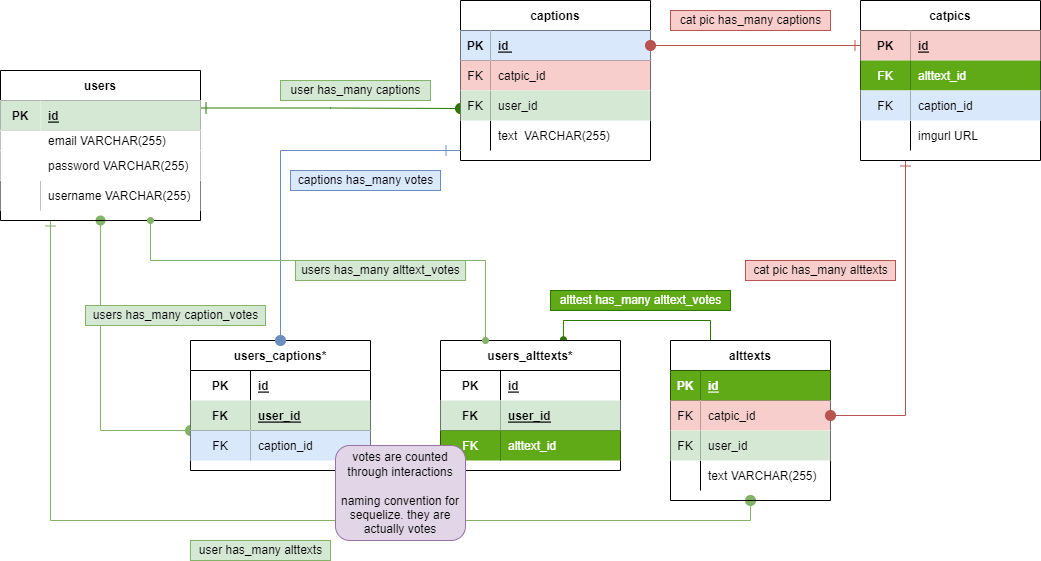
Earlier version of the draw.io export pitchimgs/ERD.drawio.png (kokopuffz/Project2). Source tidied: cells renumbered, new cells last; positions are measured from the earlier drawing's top-left corner, leaving out a move shared by most shapes.
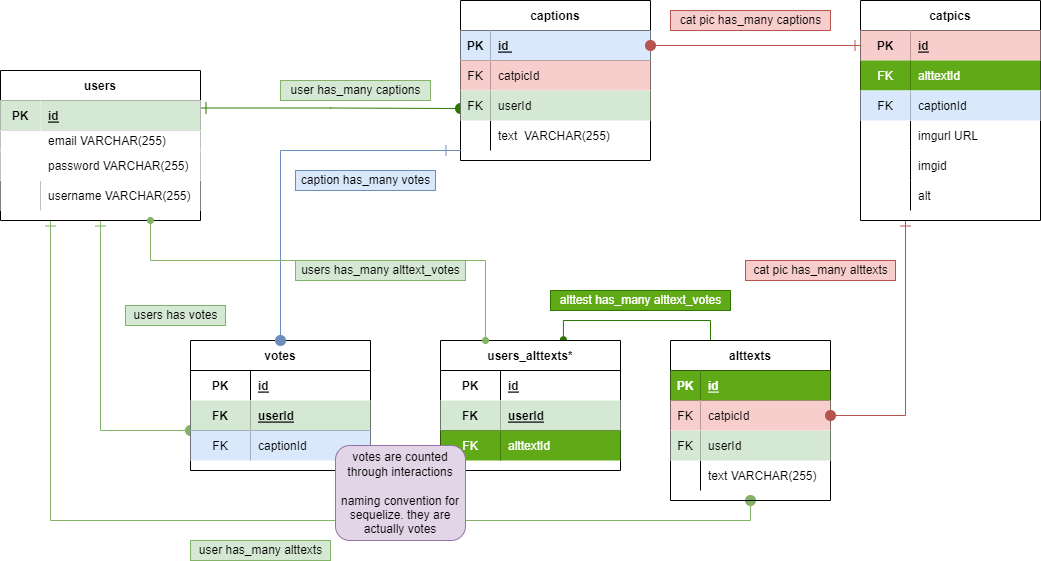
After the change.

Change to the diagram source:
```diff
@@ -7,7 +7,7 @@
         <mxPoint x="460" y="108" as="targetPoint" />
       </mxGeometry>
     </mxCell>
-    <mxCell id="3" style="edgeStyle=orthogonalEdgeStyle;rounded=0;jettySize=auto;html=1;exitX=0.5;exitY=1;exitDx=0;exitDy=0;startArrow=oval;startFill=1;endArrow=oval;endFill=1;startSize=9;endSize=10;strokeWidth=1;fillColor=#d5e8d4;strokeColor=#82b366;" parent="1" edge="1" source="5" target="49">
+    <mxCell id="3" style="edgeStyle=orthogonalEdgeStyle;rounded=0;jettySize=auto;html=1;exitX=0.5;exitY=1;exitDx=0;exitDy=0;startArrow=ERone;startFill=0;endArrow=oval;endFill=1;startSize=9;endSize=10;strokeWidth=1;fillColor=#d5e8d4;strokeColor=#82b366;" parent="1" edge="1" source="5" target="49">
       <mxGeometry relative="1" as="geometry">
         <Array as="points">
           <mxPoint x="100" y="430" />
@@ -74,7 +74,7 @@
     <mxCell id="23" value="FK" style="shape=partialRectangle;fillColor=#f8cecc;top=0;left=0;bottom=0;right=0;fontStyle=0;overflow=hidden;strokeColor=#b85450;" parent="22" vertex="1">
       <mxGeometry width="30" height="30" as="geometry" />
     </mxCell>
-    <mxCell id="24" value="catpic_id" style="shape=partialRectangle;fillColor=#f8cecc;top=0;left=0;bottom=0;right=0;align=left;spacingLeft=6;fontStyle=0;overflow=hidden;strokeColor=#b85450;" parent="22" vertex="1">
+    <mxCell id="24" value="catpicId" style="shape=partialRectangle;fillColor=#f8cecc;top=0;left=0;bottom=0;right=0;align=left;spacingLeft=6;fontStyle=0;overflow=hidden;strokeColor=#b85450;" parent="22" vertex="1">
       <mxGeometry x="30" width="160" height="30" as="geometry" />
     </mxCell>
     <mxCell id="25" style="shape=tableRow;horizontal=0;startSize=0;swimlaneHead=0;swimlaneBody=0;fillColor=none;top=0;left=0;right=0;bottom=0;" parent="18" vertex="1">
@@ -83,7 +83,7 @@
     <mxCell id="26" value="FK" style="shape=partialRectangle;fillColor=#d5e8d4;top=0;left=0;bottom=0;right=0;fontStyle=0;overflow=hidden;strokeColor=#82b366;" parent="25" vertex="1">
       <mxGeometry width="30" height="30" as="geometry" />
     </mxCell>
-    <mxCell id="27" value="user_id " style="shape=partialRectangle;fillColor=#d5e8d4;top=0;left=0;bottom=0;right=0;align=left;spacingLeft=6;fontStyle=0;overflow=hidden;strokeColor=#82b366;" parent="25" vertex="1">
+    <mxCell id="27" value="userId" style="shape=partialRectangle;fillColor=#d5e8d4;top=0;left=0;bottom=0;right=0;align=left;spacingLeft=6;fontStyle=0;overflow=hidden;strokeColor=#82b366;" parent="25" vertex="1">
       <mxGeometry x="30" width="160" height="30" as="geometry" />
     </mxCell>
     <mxCell id="28" style="shape=tableRow;horizontal=0;startSize=0;swimlaneHead=0;swimlaneBody=0;fillColor=none;top=0;left=0;right=0;bottom=0;" parent="18" vertex="1">
@@ -116,7 +116,7 @@
     <mxCell id="37" value="FK" style="shape=partialRectangle;fillColor=#f8cecc;top=0;left=0;bottom=0;right=0;fontStyle=0;overflow=hidden;strokeColor=#b85450;" parent="36" vertex="1">
       <mxGeometry width="30" height="30" as="geometry" />
     </mxCell>
-    <mxCell id="38" value="catpic_id " style="shape=partialRectangle;fillColor=#f8cecc;top=0;left=0;bottom=0;right=0;align=left;spacingLeft=6;fontStyle=0;overflow=hidden;strokeColor=#b85450;" parent="36" vertex="1">
+    <mxCell id="38" value="catpicId" style="shape=partialRectangle;fillColor=#f8cecc;top=0;left=0;bottom=0;right=0;align=left;spacingLeft=6;fontStyle=0;overflow=hidden;strokeColor=#b85450;" parent="36" vertex="1">
       <mxGeometry x="30" width="130" height="30" as="geometry" />
     </mxCell>
     <mxCell id="39" style="shape=tableRow;horizontal=0;startSize=0;swimlaneHead=0;swimlaneBody=0;fillColor=none;top=0;left=0;right=0;bottom=0;" parent="32" vertex="1">
@@ -125,7 +125,7 @@
     <mxCell id="40" value="FK" style="shape=partialRectangle;fillColor=#d5e8d4;top=0;left=0;bottom=0;right=0;fontStyle=0;overflow=hidden;strokeColor=#82b366;" parent="39" vertex="1">
       <mxGeometry width="30" height="30" as="geometry" />
     </mxCell>
-    <mxCell id="41" value="user_id" style="shape=partialRectangle;fillColor=#d5e8d4;top=0;left=0;bottom=0;right=0;align=left;spacingLeft=6;fontStyle=0;overflow=hidden;strokeColor=#82b366;" parent="39" vertex="1">
+    <mxCell id="41" value="userId" style="shape=partialRectangle;fillColor=#d5e8d4;top=0;left=0;bottom=0;right=0;align=left;spacingLeft=6;fontStyle=0;overflow=hidden;strokeColor=#82b366;" parent="39" vertex="1">
       <mxGeometry x="30" width="130" height="30" as="geometry" />
     </mxCell>
     <mxCell id="42" style="shape=tableRow;horizontal=0;startSize=0;swimlaneHead=0;swimlaneBody=0;fillColor=none;top=0;left=0;right=0;bottom=0;" parent="32" vertex="1">
@@ -137,7 +137,7 @@
     <mxCell id="44" value="text VARCHAR(255)" style="shape=partialRectangle;fillColor=none;top=0;left=0;bottom=0;right=0;align=left;spacingLeft=6;overflow=hidden;" parent="42" vertex="1">
       <mxGeometry x="30" width="130" height="30" as="geometry" />
     </mxCell>
-    <mxCell id="45" value="users_captions*" style="shape=table;startSize=30;rowLines=0;fontStyle=1;align=center;fillColor=#FFFFFF;" parent="1" vertex="1">
+    <mxCell id="45" value="votes" style="shape=table;startSize=30;rowLines=0;fontStyle=1;align=center;fillColor=#FFFFFF;" parent="1" vertex="1">
       <mxGeometry x="190" y="340" width="180" height="130" as="geometry" />
     </mxCell>
     <mxCell id="46" style="shape=tableRow;horizontal=0;startSize=0;swimlaneHead=0;swimlaneBody=0;fillColor=none;top=0;left=0;right=0;bottom=0;" parent="45" vertex="1">
@@ -155,7 +155,7 @@
     <mxCell id="50" value="FK" style="shape=partialRectangle;fillColor=#d5e8d4;top=0;left=0;bottom=0;right=0;fontStyle=1;overflow=hidden;strokeColor=#82b366;" parent="49" vertex="1">
       <mxGeometry width="60" height="30" as="geometry" />
     </mxCell>
-    <mxCell id="51" value="user_id" style="shape=partialRectangle;fillColor=#d5e8d4;top=0;left=0;bottom=0;right=0;align=left;spacingLeft=6;fontStyle=5;overflow=hidden;strokeColor=#82b366;" parent="49" vertex="1">
+    <mxCell id="51" value="userId" style="shape=partialRectangle;fillColor=#d5e8d4;top=0;left=0;bottom=0;right=0;align=left;spacingLeft=6;fontStyle=5;overflow=hidden;strokeColor=#82b366;" parent="49" vertex="1">
       <mxGeometry x="60" width="120" height="30" as="geometry" />
     </mxCell>
     <mxCell id="52" style="shape=tableRow;horizontal=0;startSize=0;swimlaneHead=0;swimlaneBody=0;fillColor=none;top=0;left=0;right=0;bottom=0;" parent="45" vertex="1">
@@ -164,14 +164,14 @@
     <mxCell id="53" value="FK" style="shape=partialRectangle;fillColor=#dae8fc;top=0;left=0;bottom=0;right=0;overflow=hidden;strokeColor=#6c8ebf;" parent="52" vertex="1">
       <mxGeometry width="60" height="30" as="geometry" />
     </mxCell>
-    <mxCell id="54" value="caption_id" style="shape=partialRectangle;fillColor=#dae8fc;top=0;left=0;bottom=0;right=0;align=left;spacingLeft=6;overflow=hidden;strokeColor=#6c8ebf;" parent="52" vertex="1">
+    <mxCell id="54" value="captionId" style="shape=partialRectangle;fillColor=#dae8fc;top=0;left=0;bottom=0;right=0;align=left;spacingLeft=6;overflow=hidden;strokeColor=#6c8ebf;" parent="52" vertex="1">
       <mxGeometry x="60" width="120" height="30" as="geometry" />
     </mxCell>
     <mxCell id="55" style="edgeStyle=orthogonalEdgeStyle;rounded=0;jettySize=auto;html=1;exitX=0.25;exitY=1;exitDx=0;exitDy=0;entryX=1;entryY=0.5;entryDx=0;entryDy=0;startArrow=ERone;startFill=0;endArrow=oval;endFill=1;startSize=9;endSize=10;strokeWidth=1;fillColor=#f8cecc;strokeColor=#b85450;" parent="1" edge="1" source="56" target="36">
       <mxGeometry relative="1" as="geometry" />
     </mxCell>
     <mxCell id="56" value="catpics" style="shape=table;startSize=30;rowLines=0;fontStyle=1;align=center;fillColor=#FFFFFF;" parent="1" vertex="1">
-      <mxGeometry x="860" width="180" height="160" as="geometry" />
+      <mxGeometry x="860" width="180" height="220" as="geometry" />
     </mxCell>
     <mxCell id="57" style="shape=tableRow;horizontal=0;startSize=0;swimlaneHead=0;swimlaneBody=0;fillColor=none;points=[[0,0.5],[1,0.5]];portConstraint=eastwest;top=0;left=0;right=0;bottom=0;" parent="56" vertex="1">
       <mxGeometry y="30" width="180" height="30" as="geometry" />
@@ -188,7 +188,7 @@
     <mxCell id="61" value="FK" style="shape=partialRectangle;fillColor=#60a917;top=0;left=0;bottom=0;right=0;fontStyle=0;overflow=hidden;fontColor=#ffffff;strokeColor=#2D7600;" parent="60" vertex="1">
       <mxGeometry width="50" height="30" as="geometry" />
     </mxCell>
-    <mxCell id="62" value="alttext_id " style="shape=partialRectangle;fillColor=#60a917;top=0;left=0;bottom=0;right=0;align=left;spacingLeft=6;fontStyle=0;overflow=hidden;fontColor=#ffffff;strokeColor=#2D7600;" parent="60" vertex="1">
+    <mxCell id="62" value="alttextId " style="shape=partialRectangle;fillColor=#60a917;top=0;left=0;bottom=0;right=0;align=left;spacingLeft=6;fontStyle=0;overflow=hidden;fontColor=#ffffff;strokeColor=#2D7600;" parent="60" vertex="1">
       <mxGeometry x="50" width="130" height="30" as="geometry" />
     </mxCell>
     <mxCell id="63" style="shape=tableRow;horizontal=0;startSize=0;swimlaneHead=0;swimlaneBody=0;fillColor=none;top=0;left=0;right=0;bottom=0;labelBackgroundColor=none;" parent="56" vertex="1">
@@ -197,7 +197,7 @@
     <mxCell id="64" value="FK" style="shape=partialRectangle;fillColor=#dae8fc;top=0;left=0;bottom=0;right=0;fontStyle=0;overflow=hidden;labelBackgroundColor=none;strokeColor=#6c8ebf;" parent="63" vertex="1">
       <mxGeometry width="50" height="30" as="geometry" />
     </mxCell>
-    <mxCell id="65" value="caption_id" style="shape=partialRectangle;fillColor=#dae8fc;top=0;left=0;bottom=0;right=0;align=left;spacingLeft=6;fontStyle=0;overflow=hidden;labelBackgroundColor=none;strokeColor=#6c8ebf;" parent="63" vertex="1">
+    <mxCell id="65" value="captionId" style="shape=partialRectangle;fillColor=#dae8fc;top=0;left=0;bottom=0;right=0;align=left;spacingLeft=6;fontStyle=0;overflow=hidden;labelBackgroundColor=none;strokeColor=#6c8ebf;" parent="63" vertex="1">
       <mxGeometry x="50" width="130" height="30" as="geometry" />
     </mxCell>
     <mxCell id="66" style="shape=tableRow;horizontal=0;startSize=0;swimlaneHead=0;swimlaneBody=0;fillColor=none;top=0;left=0;right=0;bottom=0;" parent="56" vertex="1">
@@ -209,6 +209,24 @@
     <mxCell id="68" value="imgurl URL" style="shape=partialRectangle;fillColor=none;top=0;left=0;bottom=0;right=0;align=left;spacingLeft=6;overflow=hidden;" parent="66" vertex="1">
       <mxGeometry x="50" width="130" height="30" as="geometry" />
     </mxCell>
+    <mxCell id="91" style="shape=tableRow;horizontal=0;startSize=0;swimlaneHead=0;swimlaneBody=0;fillColor=none;top=0;left=0;right=0;bottom=0;" parent="56" vertex="1">
+      <mxGeometry y="150" width="180" height="30" as="geometry" />
+    </mxCell>
+    <mxCell id="92" style="shape=partialRectangle;fillColor=none;top=0;left=0;bottom=0;right=0;overflow=hidden;" parent="91" vertex="1">
+      <mxGeometry width="50" height="30" as="geometry" />
+    </mxCell>
+    <mxCell id="93" value="imgid" style="shape=partialRectangle;fillColor=none;top=0;left=0;bottom=0;right=0;align=left;spacingLeft=6;overflow=hidden;" parent="91" vertex="1">
+      <mxGeometry x="50" width="130" height="30" as="geometry" />
+    </mxCell>
+    <mxCell id="94" style="shape=tableRow;horizontal=0;startSize=0;swimlaneHead=0;swimlaneBody=0;fillColor=none;top=0;left=0;right=0;bottom=0;" parent="56" vertex="1">
+      <mxGeometry y="180" width="180" height="30" as="geometry" />
+    </mxCell>
+    <mxCell id="95" style="shape=partialRectangle;fillColor=none;top=0;left=0;bottom=0;right=0;overflow=hidden;" parent="94" vertex="1">
+      <mxGeometry width="50" height="30" as="geometry" />
+    </mxCell>
+    <mxCell id="96" value="alt" style="shape=partialRectangle;fillColor=none;top=0;left=0;bottom=0;right=0;align=left;spacingLeft=6;overflow=hidden;" parent="94" vertex="1">
+      <mxGeometry x="50" width="130" height="30" as="geometry" />
+    </mxCell>
     <mxCell id="69" value="user has_many captions" style="text;html=1;align=center;verticalAlign=middle;strokeColor=#82b366;fillColor=#d5e8d4;" parent="1" vertex="1">
       <mxGeometry x="280" y="80" width="150" height="20" as="geometry" />
     </mxCell>
@@ -218,8 +236,8 @@
     <mxCell id="71" value="cat pic has_many captions" style="text;html=1;align=center;verticalAlign=middle;strokeColor=#b85450;fillColor=#f8cecc;" parent="1" vertex="1">
       <mxGeometry x="670" y="10" width="160" height="20" as="geometry" />
     </mxCell>
-    <mxCell id="72" value="users has_many caption_votes" style="text;html=1;align=center;verticalAlign=middle;strokeColor=#82b366;fillColor=#d5e8d4;" parent="1" vertex="1">
-      <mxGeometry x="85" y="305" width="180" height="20" as="geometry" />
+    <mxCell id="72" value="users has votes" style="text;html=1;align=center;verticalAlign=middle;strokeColor=#82b366;fillColor=#d5e8d4;" parent="1" vertex="1">
+      <mxGeometry x="125" y="305" width="100" height="20" as="geometry" />
     </mxCell>
     <mxCell id="73" style="edgeStyle=orthogonalEdgeStyle;rounded=0;jettySize=auto;html=1;entryX=0.5;entryY=0;entryDx=0;entryDy=0;startArrow=ERone;startFill=0;endArrow=oval;endFill=1;startSize=9;endSize=10;strokeWidth=1;fillColor=#dae8fc;strokeColor=#6c8ebf;" parent="1" edge="1" target="45">
       <mxGeometry relative="1" as="geometry">
@@ -239,8 +257,8 @@
     <mxCell id="76" value="user has_many alttexts" style="text;html=1;align=center;verticalAlign=middle;strokeColor=#82b366;fillColor=#d5e8d4;" parent="1" vertex="1">
       <mxGeometry x="190" y="540" width="140" height="20" as="geometry" />
     </mxCell>
-    <mxCell id="77" value="captions has_many votes" style="text;html=1;align=center;verticalAlign=middle;strokeColor=#6c8ebf;fillColor=#dae8fc;" parent="1" vertex="1">
-      <mxGeometry x="290" y="170" width="150" height="20" as="geometry" />
+    <mxCell id="77" value="caption has_many votes" style="text;html=1;align=center;verticalAlign=middle;strokeColor=#6c8ebf;fillColor=#dae8fc;" parent="1" vertex="1">
+      <mxGeometry x="295" y="170" width="140" height="20" as="geometry" />
     </mxCell>
     <mxCell id="78" value="users_alttexts*" style="shape=table;startSize=30;rowLines=0;fontStyle=1;align=center;fillColor=#FFFFFF;" parent="1" vertex="1">
       <mxGeometry x="440" y="340" width="180" height="130" as="geometry" />
@@ -260,7 +278,7 @@
     <mxCell id="83" value="FK" style="shape=partialRectangle;fillColor=#d5e8d4;top=0;left=0;bottom=0;right=0;fontStyle=1;overflow=hidden;strokeColor=#82b366;" parent="82" vertex="1">
       <mxGeometry width="60" height="30" as="geometry" />
     </mxCell>
-    <mxCell id="84" value="user_id" style="shape=partialRectangle;fillColor=#d5e8d4;top=0;left=0;bottom=0;right=0;align=left;spacingLeft=6;fontStyle=5;overflow=hidden;strokeColor=#82b366;" parent="82" vertex="1">
+    <mxCell id="84" value="userId" style="shape=partialRectangle;fillColor=#d5e8d4;top=0;left=0;bottom=0;right=0;align=left;spacingLeft=6;fontStyle=5;overflow=hidden;strokeColor=#82b366;" parent="82" vertex="1">
       <mxGeometry x="60" width="120" height="30" as="geometry" />
     </mxCell>
     <mxCell id="85" style="shape=tableRow;horizontal=0;startSize=0;swimlaneHead=0;swimlaneBody=0;fillColor=none;top=0;left=0;right=0;bottom=0;" parent="78" vertex="1">
@@ -269,7 +287,7 @@
     <mxCell id="86" value="FK" style="shape=partialRectangle;fillColor=#60a917;top=0;left=0;bottom=0;right=0;overflow=hidden;fontColor=#ffffff;strokeColor=#2D7600;" parent="85" vertex="1">
       <mxGeometry width="60" height="30" as="geometry" />
     </mxCell>
-    <mxCell id="87" value="alttext_id" style="shape=partialRectangle;fillColor=#60a917;top=0;left=0;bottom=0;right=0;align=left;spacingLeft=6;overflow=hidden;fontColor=#ffffff;strokeColor=#2D7600;" parent="85" vertex="1">
+    <mxCell id="87" value="alttextId" style="shape=partialRectangle;fillColor=#60a917;top=0;left=0;bottom=0;right=0;align=left;spacingLeft=6;overflow=hidden;fontColor=#ffffff;strokeColor=#2D7600;" parent="85" vertex="1">
       <mxGeometry x="60" width="120" height="30" as="geometry" />
     </mxCell>
     <mxCell id="88" style="edgeStyle=orthogonalEdgeStyle;rounded=0;jettySize=auto;html=1;entryX=0.25;entryY=0;entryDx=0;entryDy=0;exitX=0.75;exitY=1;exitDx=0;exitDy=0;startArrow=oval;startFill=1;fillColor=#d5e8d4;strokeColor=#82b366;endArrow=oval;endFill=1;" parent="1" edge="1" source="5" target="78">
```
